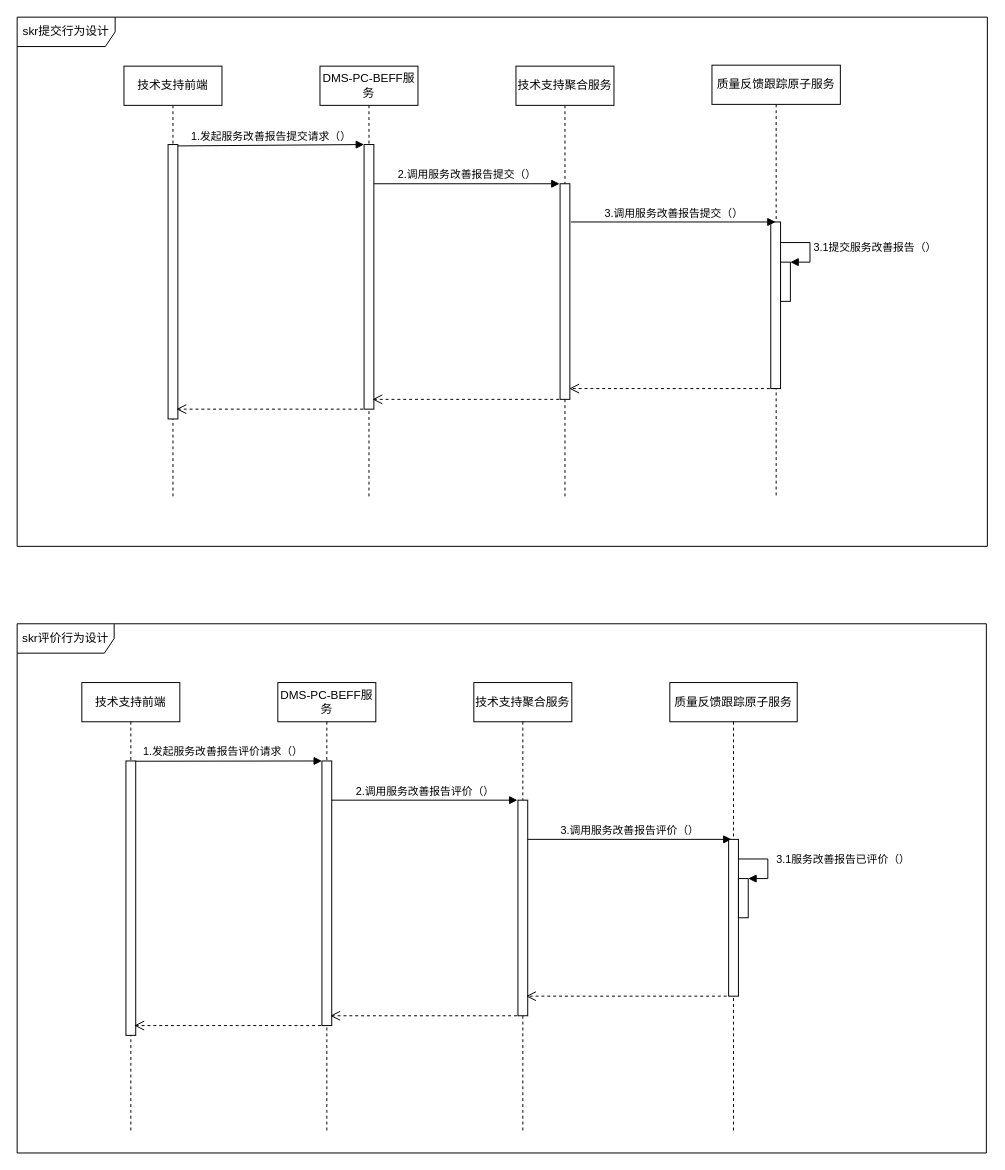
Earlier version of the draw.io diagram page "SKR行为图-提交" (1 of 5) of images/未命名绘图.drawio (1132489442/designer). Source tidied: cells renumbered, new cells numbered last; positions are measured from the earlier drawing's top-left corner, leaving out a move shared by most shapes. Both pictures are drawn from the tidied source at 98%, with x=0, y=0 at pixel (17, 17).
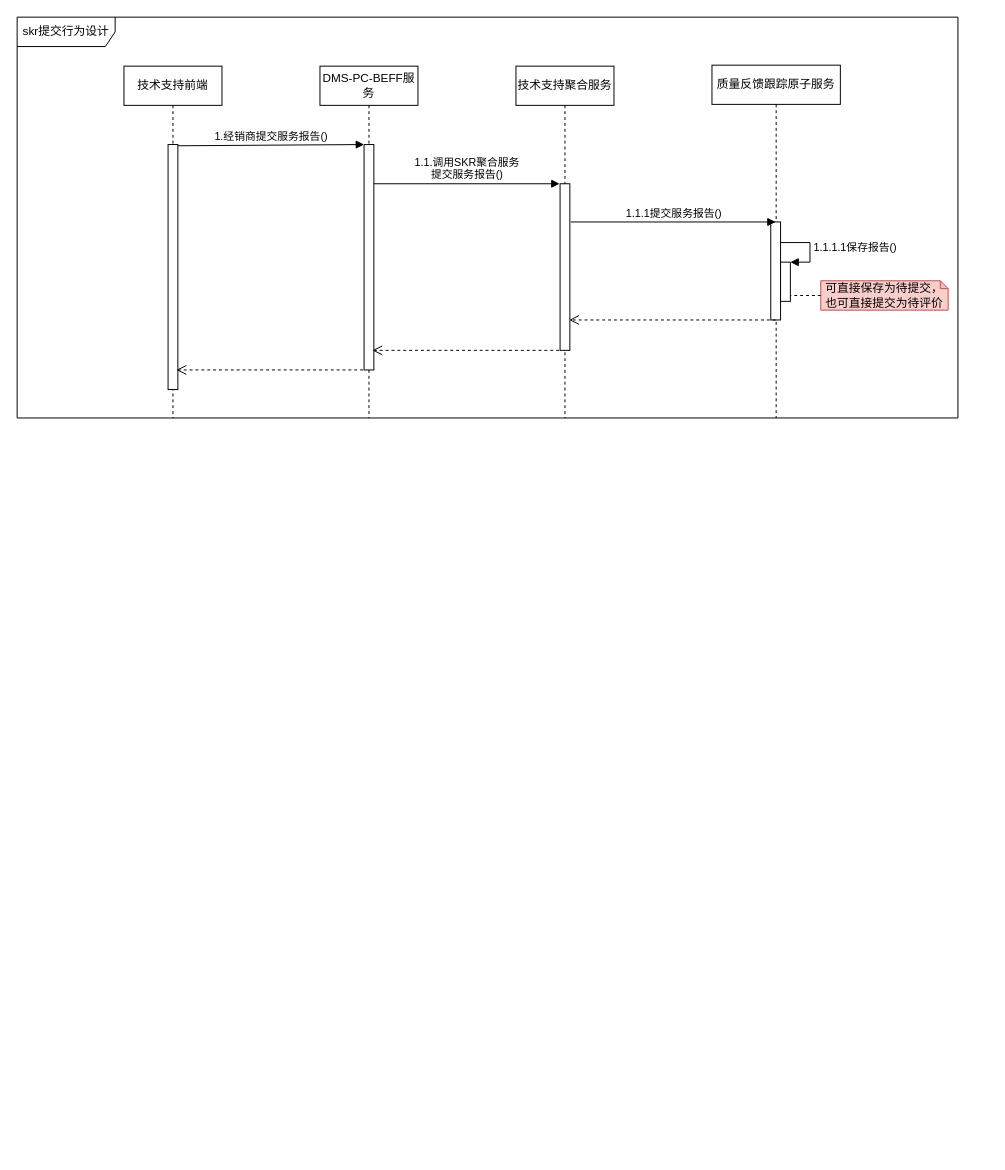
The same page after the edit.

The change refers to these unchanged cells:
```xml
<mxCell id="11" style="html=1;points=[];perimeter=orthogonalPerimeter;" parent="9" vertex="1">
  <mxGeometry x="70" y="201" width="10" height="40" as="geometry" />
</mxCell>
```

Change to the diagram source:
```diff
@@
     <mxCell id="2" value="技术支持前端" style="shape=umlLifeline;perimeter=lifelinePerimeter;whiteSpace=wrap;html=1;" parent="1" vertex="1">
-      <mxGeometry x="109" y="50" width="100" height="440" as="geometry" />
+      <mxGeometry x="109" y="50" width="100" height="359" as="geometry" />
     </mxCell>
     <mxCell id="3" style="html=1;points=[];perimeter=orthogonalPerimeter;" parent="2" vertex="1">
-      <mxGeometry x="45" y="80" width="10" height="280" as="geometry" />
+      <mxGeometry x="45" y="80" width="10" height="250" as="geometry" />
     </mxCell>
     <mxCell id="4" value="DMS-PC-BEFF服务" style="shape=umlLifeline;perimeter=lifelinePerimeter;whiteSpace=wrap;html=1;" parent="1" vertex="1">
-      <mxGeometry x="309" y="50" width="100" height="440" as="geometry" />
+      <mxGeometry x="309" y="50" width="100" height="359" as="geometry" />
     </mxCell>
     <mxCell id="5" style="html=1;points=[];perimeter=orthogonalPerimeter;" parent="4" vertex="1">
-      <mxGeometry x="45" y="80" width="10" height="270" as="geometry" />
+      <mxGeometry x="45" y="80" width="10" height="230" as="geometry" />
     </mxCell>
-    <mxCell id="6" value="2.调用服务改善报告提交（）" style="html=1;verticalAlign=bottom;endArrow=block;rounded=0;" parent="4" edge="1">
+    <mxCell id="6" value="1.1.调用SKR聚合服务&lt;br&gt;提交服务报告()" style="html=1;verticalAlign=bottom;endArrow=block;rounded=0;" parent="4" edge="1">
       <mxGeometry relative="1" as="geometry">
         <mxPoint x="55" y="120" as="sourcePoint" />
         <mxPoint x="244.5" y="120" as="targetPoint" />
       </mxGeometry>
     </mxCell>
     <mxCell id="7" value="技术支持聚合服务" style="shape=umlLifeline;perimeter=lifelinePerimeter;whiteSpace=wrap;html=1;" parent="1" vertex="1">
-      <mxGeometry x="509" y="50" width="100" height="440" as="geometry" />
+      <mxGeometry x="509" y="50" width="100" height="359" as="geometry" />
     </mxCell>
     <mxCell id="8" style="html=1;perimeter=orthogonalPerimeter;" parent="7" vertex="1">
-      <mxGeometry x="45" y="120" width="10" height="220" as="geometry" />
+      <mxGeometry x="45" y="120" width="10" height="170" as="geometry" />
     </mxCell>
     <mxCell id="9" value="质量反馈跟踪原子服务" style="shape=umlLifeline;perimeter=lifelinePerimeter;whiteSpace=wrap;html=1;" parent="1" vertex="1">
-      <mxGeometry x="709" y="49" width="131" height="441" as="geometry" />
+      <mxGeometry x="709" y="49" width="131" height="360" as="geometry" />
     </mxCell>
     <mxCell id="10" style="html=1;perimeter=orthogonalPerimeter;" parent="9" vertex="1">
-      <mxGeometry x="60" y="160" width="10" height="170" as="geometry" />
+      <mxGeometry x="60" y="160" width="10" height="100" as="geometry" />
     </mxCell>
@@
-    <mxCell id="12" value="3.1提交服务改善报告（）" style="edgeStyle=orthogonalEdgeStyle;html=1;align=left;spacingLeft=2;endArrow=block;rounded=0;entryX=1;entryY=0;" parent="9" edge="1" target="11">
+    <mxCell id="12" value="1.1.1.1保存报告()" style="edgeStyle=orthogonalEdgeStyle;html=1;align=left;spacingLeft=2;endArrow=block;rounded=0;entryX=1;entryY=0;" parent="9" edge="1" target="11">
       <mxGeometry relative="1" as="geometry">
         <mxPoint x="70" y="181" as="sourcePoint" />
         <Array as="points">
           <mxPoint x="100" y="181" />
         </Array>
       </mxGeometry>
     </mxCell>
-    <mxCell id="13" value="3.调用服务改善报告提交（）" style="html=1;verticalAlign=bottom;endArrow=block;rounded=0;" parent="9" edge="1">
+    <mxCell id="13" value="1.1.1提交服务报告()" style="html=1;verticalAlign=bottom;endArrow=block;rounded=0;" parent="9" edge="1">
       <mxGeometry relative="1" as="geometry">
         <mxPoint x="-144" y="160" as="sourcePoint" />
         <mxPoint x="65" y="160" as="targetPoint" />
       </mxGeometry>
     </mxCell>
-    <mxCell id="14" value="1.发起服务改善报告提交请求（）" style="html=1;verticalAlign=bottom;endArrow=block;rounded=0;exitX=1;exitY=0.005;exitDx=0;exitDy=0;exitPerimeter=0;entryX=0;entryY=0;entryDx=0;entryDy=0;entryPerimeter=0;" parent="1" edge="1" source="3" target="5">
+    <mxCell id="14" value="1.经销商提交服务报告()" style="html=1;verticalAlign=bottom;endArrow=block;rounded=0;exitX=1;exitY=0.005;exitDx=0;exitDy=0;exitPerimeter=0;entryX=0;entryY=0;entryDx=0;entryDy=0;entryPerimeter=0;" parent="1" edge="1" source="3" target="5">
       <mxGeometry relative="1" as="geometry" />
     </mxCell>
     <mxCell id="15" style="html=1;verticalAlign=bottom;endArrow=open;dashed=1;endSize=8;rounded=0;" parent="1" edge="1">
       <mxGeometry relative="1" as="geometry">
-        <mxPoint x="774" y="379" as="sourcePoint" />
-        <mxPoint x="563.3" y="379" as="targetPoint" />
+        <mxPoint x="774" y="309" as="sourcePoint" />
+        <mxPoint x="563.3" y="309" as="targetPoint" />
       </mxGeometry>
     </mxCell>
     <mxCell id="16" style="html=1;verticalAlign=bottom;endArrow=open;dashed=1;endSize=8;rounded=0;" parent="1" edge="1">
       <mxGeometry relative="1" as="geometry">
-        <mxPoint x="553" y="390" as="sourcePoint" />
-        <mxPoint x="362.5" y="390" as="targetPoint" />
+        <mxPoint x="553" y="340" as="sourcePoint" />
+        <mxPoint x="362.5" y="340" as="targetPoint" />
       </mxGeometry>
     </mxCell>
     <mxCell id="17" style="html=1;verticalAlign=bottom;endArrow=open;dashed=1;endSize=8;rounded=0;" parent="1" edge="1">
       <mxGeometry relative="1" as="geometry">
-        <mxPoint x="353" y="400" as="sourcePoint" />
-        <mxPoint x="162.5" y="400" as="targetPoint" />
+        <mxPoint x="353" y="360" as="sourcePoint" />
+        <mxPoint x="162.5" y="360" as="targetPoint" />
       </mxGeometry>
     </mxCell>
-    <mxCell id="18" value="技术支持前端" style="shape=umlLifeline;perimeter=lifelinePerimeter;whiteSpace=wrap;html=1;" parent="1" vertex="1">
-      <mxGeometry x="66" y="679" width="100" height="460" as="geometry" />
-    </mxCell>
-    <mxCell id="19" style="html=1;points=[];perimeter=orthogonalPerimeter;" parent="18" vertex="1">
-      <mxGeometry x="45" y="80" width="10" height="280" as="geometry" />
-    </mxCell>
-    <mxCell id="20" value="DMS-PC-BEFF服务" style="shape=umlLifeline;perimeter=lifelinePerimeter;whiteSpace=wrap;html=1;size=40;" parent="1" vertex="1">
-      <mxGeometry x="266" y="679" width="100" height="460" as="geometry" />
-    </mxCell>
-    <mxCell id="21" style="html=1;points=[];perimeter=orthogonalPerimeter;" parent="20" vertex="1">
-      <mxGeometry x="45" y="80" width="10" height="270" as="geometry" />
-    </mxCell>
-    <mxCell id="22" value="2.调用服务改善报告评价（）" style="html=1;verticalAlign=bottom;endArrow=block;rounded=0;" parent="20" edge="1">
-      <mxGeometry relative="1" as="geometry">
-        <mxPoint x="55" y="120" as="sourcePoint" />
-        <mxPoint x="244.5" y="120" as="targetPoint" />
-      </mxGeometry>
-    </mxCell>
-    <mxCell id="23" value="技术支持聚合服务" style="shape=umlLifeline;perimeter=lifelinePerimeter;whiteSpace=wrap;html=1;" parent="1" vertex="1">
-      <mxGeometry x="466" y="679" width="100" height="460" as="geometry" />
-    </mxCell>
-    <mxCell id="24" style="html=1;points=[];perimeter=orthogonalPerimeter;" parent="23" vertex="1">
-      <mxGeometry x="45" y="120" width="10" height="220" as="geometry" />
-    </mxCell>
-    <mxCell id="25" value="3.调用服务改善报告评价（）" style="html=1;verticalAlign=bottom;endArrow=block;rounded=0;entryX=-0.4;entryY=0;entryDx=0;entryDy=0;entryPerimeter=0;" parent="23" edge="1" source="24">
-      <mxGeometry relative="1" as="geometry">
-        <mxPoint x="263" y="160" as="targetPoint" />
-      </mxGeometry>
-    </mxCell>
-    <mxCell id="26" value="质量反馈跟踪原子服务" style="shape=umlLifeline;perimeter=lifelinePerimeter;whiteSpace=wrap;html=1;" parent="1" vertex="1">
-      <mxGeometry x="666" y="679" width="130" height="460" as="geometry" />
-    </mxCell>
-    <mxCell id="27" style="html=1;points=[];perimeter=orthogonalPerimeter;" parent="26" vertex="1">
-      <mxGeometry x="60" y="160" width="10" height="160" as="geometry" />
-    </mxCell>
-    <mxCell id="28" style="html=1;points=[];perimeter=orthogonalPerimeter;" parent="26" vertex="1">
-      <mxGeometry x="70" y="200" width="10" height="40" as="geometry" />
-    </mxCell>
-    <mxCell id="29" value="3.1服务改善报告已评价（）" style="edgeStyle=orthogonalEdgeStyle;html=1;align=left;spacingLeft=2;endArrow=block;rounded=0;entryX=1;entryY=0;" parent="26" edge="1" target="28">
-      <mxGeometry x="-0.11" y="5" relative="1" as="geometry">
-        <mxPoint x="70" y="180" as="sourcePoint" />
-        <Array as="points">
-          <mxPoint x="100" y="180" />
-        </Array>
-      </mxGeometry>
-    </mxCell>
-    <mxCell id="30" value="1.发起服务改善报告评价请求（）" style="html=1;verticalAlign=bottom;endArrow=block;rounded=0;exitX=1;exitY=0.001;exitDx=0;exitDy=0;exitPerimeter=0;entryX=0;entryY=0;entryDx=0;entryDy=0;entryPerimeter=0;" parent="1" edge="1" source="19" target="21">
-      <mxGeometry x="-0.06" y="1" relative="1" as="geometry" />
-    </mxCell>
-    <mxCell id="31" style="html=1;verticalAlign=bottom;endArrow=open;dashed=1;endSize=8;rounded=0;exitX=-0.2;exitY=1;exitDx=0;exitDy=0;exitPerimeter=0;" parent="1" edge="1" source="27">
-      <mxGeometry relative="1" as="geometry">
-        <mxPoint x="519.3" y="999" as="targetPoint" />
-      </mxGeometry>
-    </mxCell>
-    <mxCell id="32" style="html=1;verticalAlign=bottom;endArrow=open;dashed=1;endSize=8;rounded=0;" parent="1" edge="1">
-      <mxGeometry relative="1" as="geometry">
-        <mxPoint x="510" y="1019" as="sourcePoint" />
-        <mxPoint x="319.5" y="1019" as="targetPoint" />
-      </mxGeometry>
-    </mxCell>
-    <mxCell id="33" style="html=1;verticalAlign=bottom;endArrow=open;dashed=1;endSize=8;rounded=0;" parent="1" edge="1">
-      <mxGeometry relative="1" as="geometry">
-        <mxPoint x="310" y="1029" as="sourcePoint" />
-        <mxPoint x="119.5" y="1029" as="targetPoint" />
-      </mxGeometry>
-    </mxCell>
     <mxCell id="34" value="skr提交行为设计" style="shape=umlFrame;whiteSpace=wrap;html=1;width=100;height=30;" parent="1" vertex="1">
-      <mxGeometry width="990" height="540" as="geometry" />
+      <mxGeometry width="960" height="409" as="geometry" />
     </mxCell>
-    <mxCell id="35" value="skr评价行为设计" style="shape=umlFrame;whiteSpace=wrap;html=1;width=99;height=30;" parent="1" vertex="1">
-      <mxGeometry y="619" width="989" height="540" as="geometry" />
-    </mxCell>
+    <mxCell id="36" value="可直接保存为待提交，也可直接提交为待评价" style="shape=note;whiteSpace=wrap;html=1;backgroundOutline=1;darkOpacity=0.05;size=8;fillColor=#f8cecc;strokeColor=#b85450;" parent="1" vertex="1">
+      <mxGeometry x="820" y="269" width="130" height="30" as="geometry" />
+    </mxCell>
+    <mxCell id="37" style="endArrow=none;dashed=1;html=1;rounded=0;exitX=0;exitY=0.5;exitDx=0;exitDy=0;exitPerimeter=0;" parent="1" edge="1" source="36" target="11">
+      <mxGeometry relative="1" as="geometry" />
+    </mxCell>
```
